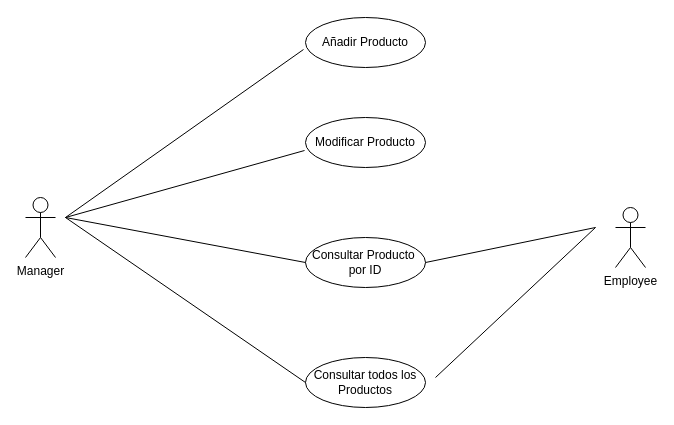
This is Documentación/Diagrama de casos de uso Azahara/Caso de uso relacionado con Productos.drawio from idanirf/GADAM, a draw.io file, before an edit. Source tidied: cells renumbered, new cells numbered last; positions are measured from the earlier drawing's top-left corner, leaving out a move shared by most shapes. Both pictures are drawn from the tidied source at 100%, with x=0, y=0 at pixel (25, 17).
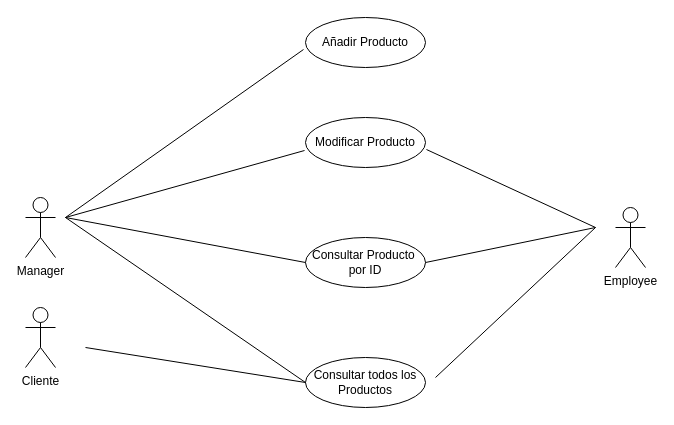
The same page after the edit.

Unchanged cells that the change refers to:
```xml
<mxCell id="3" value="Modificar Producto" style="ellipse;whiteSpace=wrap;html=1;" parent="1" vertex="1">
  <mxGeometry x="280" y="100" width="120" height="50" as="geometry" />
</mxCell>
<mxCell id="5" value="Consultar todos los Productos" style="ellipse;whiteSpace=wrap;html=1;" parent="1" vertex="1">
  <mxGeometry x="280" y="340" width="120" height="50" as="geometry" />
</mxCell>
```

Diff of the diagram source:
```diff
@@
+    <mxCell id="14" value="Cliente" style="shape=umlActor;verticalLabelPosition=bottom;verticalAlign=top;html=1;" parent="1" vertex="1">
+      <mxGeometry y="290" width="30" height="60" as="geometry" />
+    </mxCell>
+    <mxCell id="15" style="endArrow=none;html=1;entryX=0;entryY=0.5;entryDx=0;entryDy=0;" parent="1" edge="1" target="5">
+      <mxGeometry relative="1" as="geometry">
+        <mxPoint x="60" y="330" as="sourcePoint" />
+      </mxGeometry>
+    </mxCell>
+    <mxCell id="16" style="endArrow=none;html=1;exitX=1.008;exitY=0.64;exitDx=0;exitDy=0;exitPerimeter=0;" parent="1" edge="1" source="3">
+      <mxGeometry relative="1" as="geometry">
+        <mxPoint x="570" y="210" as="targetPoint" />
+      </mxGeometry>
+    </mxCell>
```
